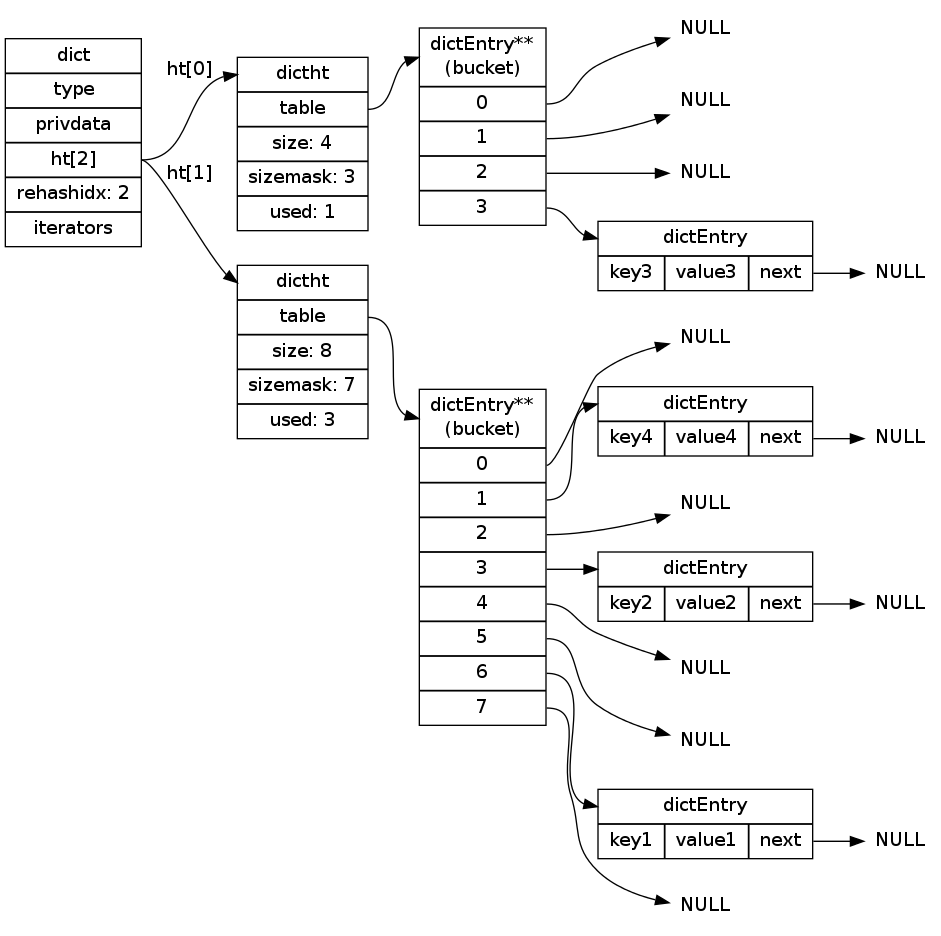
The Graphviz diagram internal-datastruct/image/rehash_step_two.png in huangzworks/redisbook, before a commit. Its source is kept beside it as internal-datastruct/image/rehash_step_two.dot.
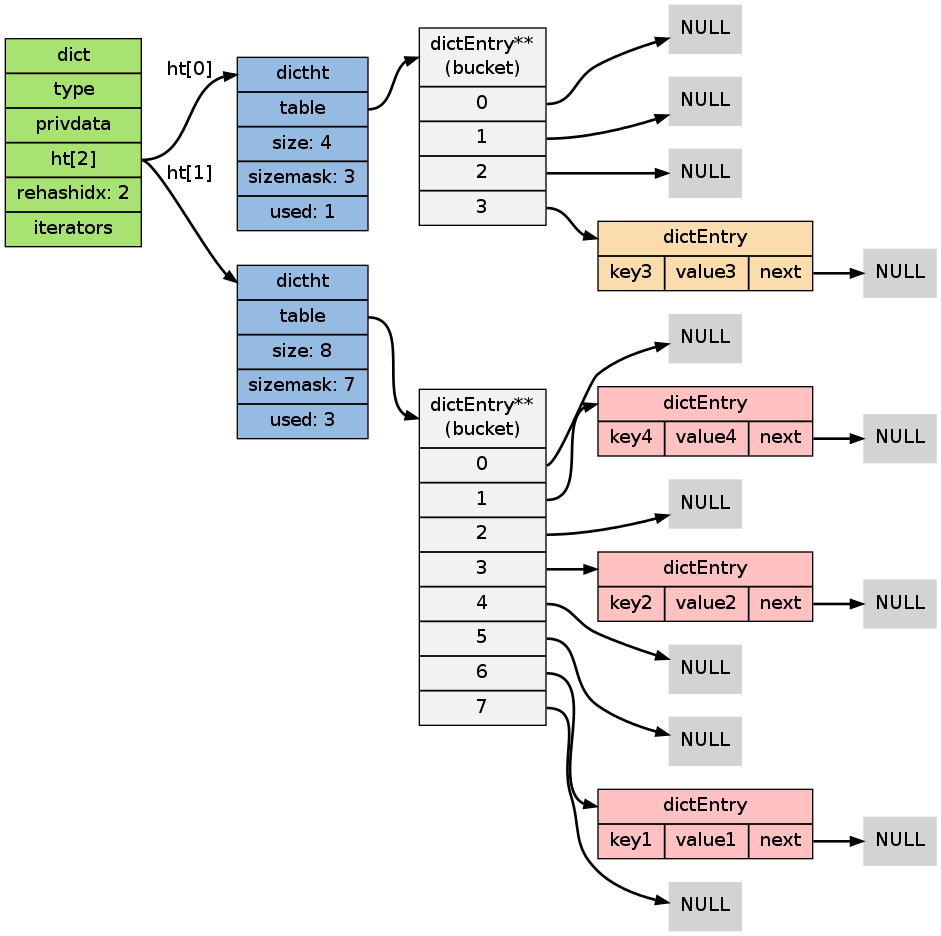
Later version of the same file.

Diff of the diagram source:
```diff
@@ -3,26 +3,28 @@
 
     rankdir = LR;
 
-    node[shape=record];
+    node[shape=record, style = filled];
+
+    edge [style = bold];
 
 
-    dict [label="dict | type | privdata |<ht> ht[2] | rehashidx: 2 | iterators"];
+    dict [label="dict | type | privdata |<ht> ht[2] | rehashidx: 2 | iterators", fillcolor = "#A8E270"];
 
-    ht0 [label="<dictht>dictht |<table> table | size: 4 | sizemask: 3 | used: 1"];
+    ht0 [label="<dictht>dictht |<table> table | size: 4 | sizemask: 3 | used: 1", fillcolor = "#95BBE3"];
 
-    ht1 [label="<dictht>dictht |<table> table | size: 8 | sizemask: 7 | used: 3"];
+    ht1 [label="<dictht>dictht |<table> table | size: 8 | sizemask: 7 | used: 3", fillcolor = "#95BBE3"];
 
-    bucket [label="<head>dictEntry**\n(bucket) |<table0> 0 |<table1> 1 |<table2> 2 |<table3> 3 "];
+    bucket [label="<head>dictEntry**\n(bucket) |<table0> 0 |<table1> 1 |<table2> 2 |<table3> 3 ", fillcolor = "#F2F2F2"];
 
-    bucket1 [label="<head>dictEntry**\n(bucket) |<table0> 0 |<table1> 1 |<table2> 2 |<table3> 3 |<table4> 4 |<table5> 5 |<table6> 6 |<table7> 7"];
+    bucket1 [label="<head>dictEntry**\n(bucket) |<table0> 0 |<table1> 1 |<table2> 2 |<table3> 3 |<table4> 4 |<table5> 5 |<table6> 6 |<table7> 7", fillcolor = "#F2F2F2"];
 
-    pair_1 [label="<head>dictEntry |{key1 | value1 |<next>next}"];
+    pair_1 [label="<head>dictEntry |{key1 | value1 |<next>next}", fillcolor = "#FFC1C1"];
 
-    pair_2 [label="<head>dictEntry |{key2 | value2 |<next>next}"];
+    pair_2 [label="<head>dictEntry |{key2 | value2 |<next>next}", fillcolor = "#FFC1C1"];
 
-    pair_3 [label="<head>dictEntry |{key3 | value3 |<next>next}"];
+    pair_3 [label="<head>dictEntry |{key3 | value3 |<next>next}", fillcolor = "#FADCAD"];
 
-    pair_4 [label="<head>dictEntry |{key4 | value4 |<next>next}"];
+    pair_4 [label="<head>dictEntry |{key4 | value4 |<next>next}", fillcolor = "#FFC1C1"];
 
     null0 [label="NULL", shape=plaintext];
     null1 [label="NULL", shape=plaintext];
```
